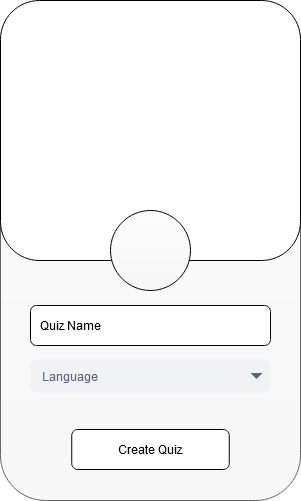
Earlier version of the draw.io export assets/Master/img/wireframes/Quiz_Master-Create.png (TBeeren/PubQuiz). Source tidied: cells renumbered, new cells last; positions are measured from the earlier drawing's top-left corner, leaving out a move shared by most shapes. Source of this version:
```xml
<mxGraphModel>
  <root>
    <mxCell id="0" />
    <mxCell id="1" parent="0" />
    <mxCell id="2" style="whiteSpace=wrap;html=1;rounded=1;strokeColor=#666666;fillColor=#FCFCFC;gradientDirection=south;gradientColor=#F7F7F7;" parent="1" vertex="1">
      <mxGeometry width="300" height="500" as="geometry" />
    </mxCell>
    <mxCell id="3" style="rounded=1;whiteSpace=wrap;html=1;" parent="1" vertex="1">
      <mxGeometry width="300" height="260" as="geometry" />
    </mxCell>
    <mxCell id="4" style="rounded=1;whiteSpace=wrap;html=1;" parent="1" vertex="1">
      <mxGeometry x="71.2" y="429" width="157.5" height="40" as="geometry" />
    </mxCell>
    <mxCell id="5" value="Create Quiz" style="text;html=1;strokeColor=none;fillColor=none;align=center;verticalAlign=middle;whiteSpace=wrap;rounded=0;" parent="1" vertex="1">
      <mxGeometry x="110" y="439" width="80" height="20" as="geometry" />
    </mxCell>
    <mxCell id="6" style="rounded=1;whiteSpace=wrap;html=1;" parent="1" vertex="1">
      <mxGeometry x="30" y="305" width="240" height="40" as="geometry" />
    </mxCell>
    <mxCell id="7" value="Quiz Name" style="text;html=1;strokeColor=none;fillColor=none;align=center;verticalAlign=middle;whiteSpace=wrap;rounded=0;" parent="1" vertex="1">
      <mxGeometry x="30" y="315" width="80" height="20" as="geometry" />
    </mxCell>
    <mxCell id="8" value="Language" style="rounded=1;fillColor=#F1F2F4;strokeColor=none;html=1;fontColor=#596780;align=left;fontSize=12;spacingLeft=10;" parent="1" vertex="1">
      <mxGeometry x="30" y="359" width="240" height="33" as="geometry" />
    </mxCell>
    <mxCell id="9" style="shape=triangle;direction=south;fillColor=#596780;strokeColor=none;html=1;" parent="8" vertex="1">
      <mxGeometry x="1" y="0.5" width="12" height="6" relative="1" as="geometry">
        <mxPoint x="-20" y="-3" as="offset" />
      </mxGeometry>
    </mxCell>
    <mxCell id="10" style="ellipse;whiteSpace=wrap;html=1;rounded=1;shadow=0;glass=0;sketch=0;fillColor=#FCFCFC;gradientColor=#F7F7F7;" parent="1" vertex="1">
      <mxGeometry x="110" y="210" width="80" height="80" as="geometry" />
    </mxCell>
  </root>
</mxGraphModel>
```
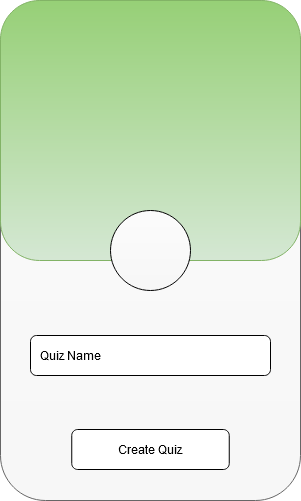
After the commit.

Diff of the diagram source:
```diff
@@ -5,7 +5,7 @@
     <mxCell id="2" style="whiteSpace=wrap;html=1;rounded=1;strokeColor=#666666;fillColor=#FCFCFC;gradientDirection=south;gradientColor=#F7F7F7;" parent="1" vertex="1">
       <mxGeometry width="300" height="500" as="geometry" />
     </mxCell>
-    <mxCell id="3" style="rounded=1;whiteSpace=wrap;html=1;" parent="1" vertex="1">
+    <mxCell id="3" style="rounded=1;whiteSpace=wrap;html=1;strokeColor=#82b366;gradientDirection=north;gradientColor=#97d077;fillColor=#d5e8d4;" parent="1" vertex="1">
       <mxGeometry width="300" height="260" as="geometry" />
     </mxCell>
     <mxCell id="4" style="rounded=1;whiteSpace=wrap;html=1;" parent="1" vertex="1">
@@ -15,19 +15,11 @@
       <mxGeometry x="110" y="439" width="80" height="20" as="geometry" />
     </mxCell>
     <mxCell id="6" style="rounded=1;whiteSpace=wrap;html=1;" parent="1" vertex="1">
-      <mxGeometry x="30" y="305" width="240" height="40" as="geometry" />
+      <mxGeometry x="30" y="335" width="240" height="40" as="geometry" />
     </mxCell>
     <mxCell id="7" value="Quiz Name" style="text;html=1;strokeColor=none;fillColor=none;align=center;verticalAlign=middle;whiteSpace=wrap;rounded=0;" parent="1" vertex="1">
-      <mxGeometry x="30" y="315" width="80" height="20" as="geometry" />
+      <mxGeometry x="30" y="345" width="80" height="20" as="geometry" />
     </mxCell>
-    <mxCell id="8" value="Language" style="rounded=1;fillColor=#F1F2F4;strokeColor=none;html=1;fontColor=#596780;align=left;fontSize=12;spacingLeft=10;" parent="1" vertex="1">
-      <mxGeometry x="30" y="359" width="240" height="33" as="geometry" />
-    </mxCell>
-    <mxCell id="9" style="shape=triangle;direction=south;fillColor=#596780;strokeColor=none;html=1;" parent="8" vertex="1">
-      <mxGeometry x="1" y="0.5" width="12" height="6" relative="1" as="geometry">
-        <mxPoint x="-20" y="-3" as="offset" />
-      </mxGeometry>
-    </mxCell>
     <mxCell id="10" style="ellipse;whiteSpace=wrap;html=1;rounded=1;shadow=0;glass=0;sketch=0;fillColor=#FCFCFC;gradientColor=#F7F7F7;" parent="1" vertex="1">
       <mxGeometry x="110" y="210" width="80" height="80" as="geometry" />
     </mxCell>
```
